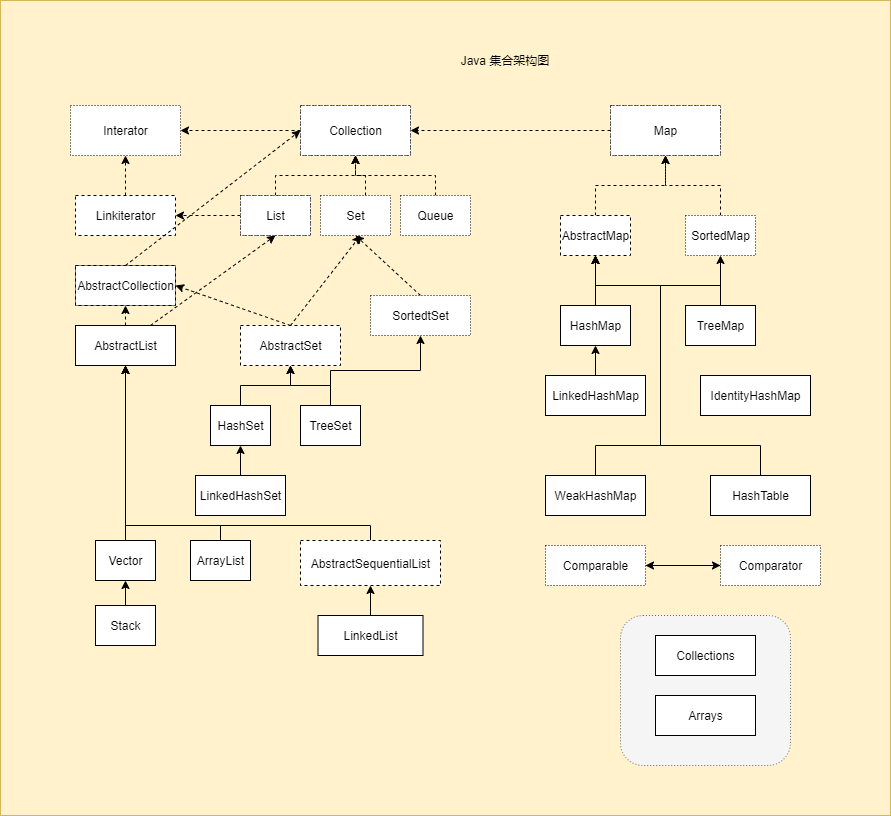
gongthub/wiki keeps this draw.io diagram as docs/Resources/collection.png. Above is the earlier version. Source tidied: cells renumbered, new cells last; positions are measured from the earlier drawing's top-left corner, leaving out a move shared by most shapes.
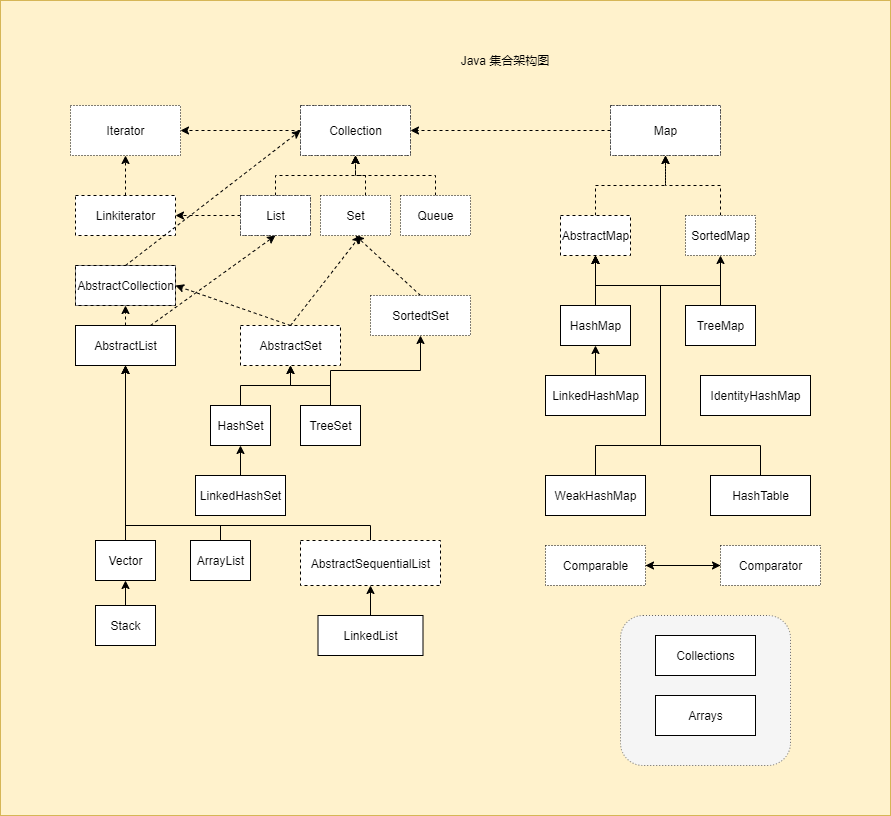
Above is the later version.

Diff of the diagram source:
```diff
@@ -8,7 +8,7 @@
     <mxCell id="3" style="rounded=1;whiteSpace=wrap;html=1;dashed=1;dashPattern=1 2;fillColor=#f5f5f5;strokeColor=#666666;fontColor=#333333;" parent="1" vertex="1">
       <mxGeometry x="620" y="615" width="170" height="150" as="geometry" />
     </mxCell>
-    <mxCell id="4" value="Interator" style="html=1;dashed=1;dashPattern=1 2;" parent="1" vertex="1">
+    <mxCell id="4" value="Iterator" style="html=1;dashed=1;dashPattern=1 2;" parent="1" vertex="1">
       <mxGeometry x="70" y="105" width="110" height="50" as="geometry" />
     </mxCell>
     <mxCell id="5" value="Collection" style="html=1;dashed=1;" parent="1" vertex="1">
```
